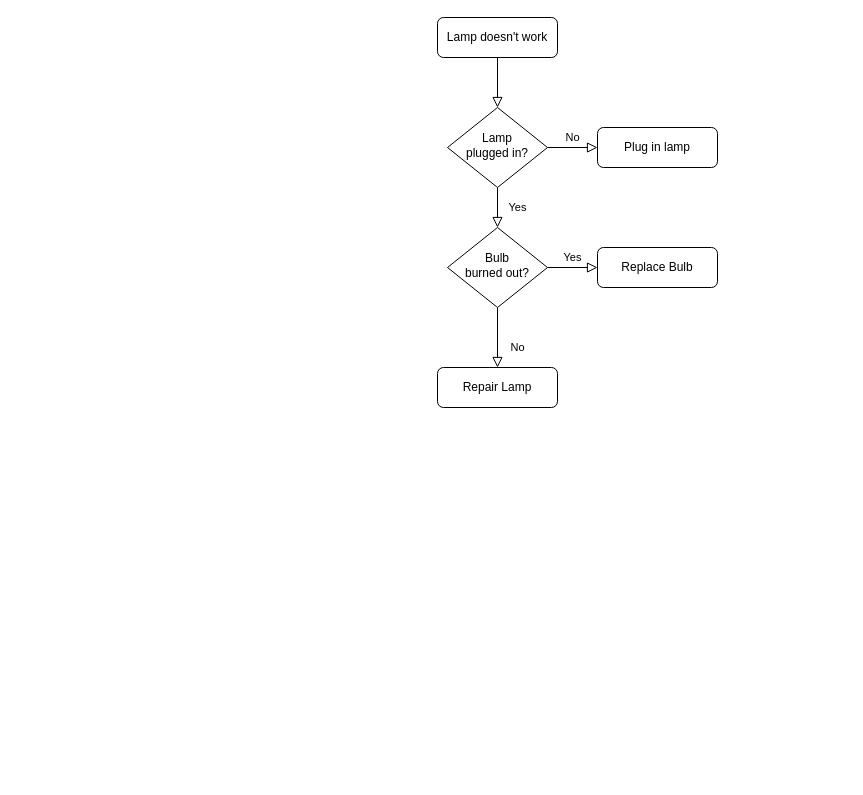
Before: Untitled Diagram.drawio in Teddir/Portofolio, a draw.io diagram. Source tidied: cells renumbered, new cells numbered last; positions are measured from the earlier drawing's top-left corner, leaving out a move shared by most shapes. Both pictures are drawn from the tidied source at 100%, with x=0, y=0 at pixel (437, 17).
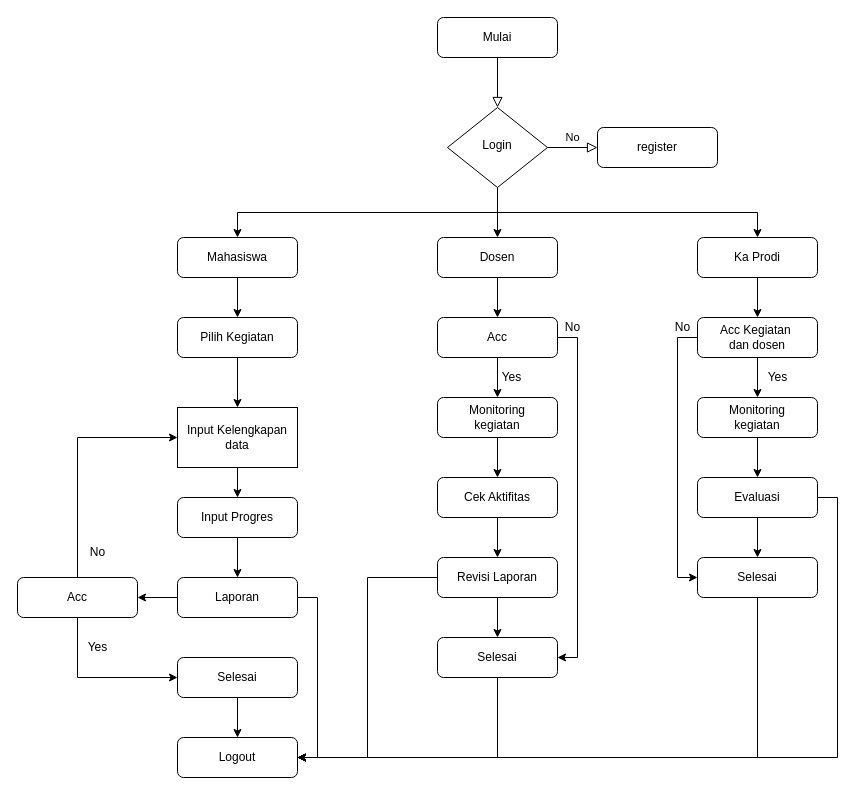
Above is the later version.

Commit message:
Update Flowcart_alkaf

The edit, as a diff of the source:
```diff
@@
-    <mxCell id="3" value="Lamp doesn't work" style="rounded=1;whiteSpace=wrap;html=1;fontSize=12;glass=0;strokeWidth=1;shadow=0;" parent="1" vertex="1">
+    <mxCell id="3" value="Mulai" style="rounded=1;whiteSpace=wrap;html=1;fontSize=12;glass=0;strokeWidth=1;shadow=0;" parent="1" vertex="1">
       <mxGeometry width="120" height="40" as="geometry" />
     </mxCell>
-    <mxCell id="4" value="Yes" style="rounded=0;html=1;jettySize=auto;fontSize=11;endArrow=block;endFill=0;endSize=8;strokeWidth=1;shadow=0;labelBackgroundColor=none;edgeStyle=orthogonalEdgeStyle;" parent="1" edge="1" source="6" target="10">
-      <mxGeometry y="20" relative="1" as="geometry" />
-    </mxCell>
@@
+    <mxCell id="13" style="edgeStyle=orthogonalEdgeStyle;rounded=0;jettySize=auto;html=1;exitX=0.5;exitY=1;exitDx=0;exitDy=0;entryX=0.5;entryY=0;entryDx=0;entryDy=0;" parent="1" edge="1" source="6" target="21">
+      <mxGeometry relative="1" as="geometry" />
+    </mxCell>
+    <mxCell id="14" style="edgeStyle=orthogonalEdgeStyle;rounded=0;jettySize=auto;html=1;exitX=0.5;exitY=1;exitDx=0;exitDy=0;entryX=0.5;entryY=0;entryDx=0;entryDy=0;" parent="1" edge="1" source="6" target="17">
+      <mxGeometry relative="1" as="geometry" />
+    </mxCell>
+    <mxCell id="15" style="edgeStyle=orthogonalEdgeStyle;rounded=0;jettySize=auto;html=1;exitX=0.5;exitY=1;exitDx=0;exitDy=0;entryX=0.5;entryY=0;entryDx=0;entryDy=0;" parent="1" edge="1" source="6" target="19">
+      <mxGeometry relative="1" as="geometry" />
+    </mxCell>
-    <mxCell id="6" value="Lamp&lt;br&gt;plugged in?" style="rhombus;whiteSpace=wrap;html=1;shadow=0;fontFamily=Helvetica;fontSize=12;align=center;strokeWidth=1;spacing=6;spacingTop=-4;" parent="1" vertex="1">
+    <mxCell id="6" value="Login" style="rhombus;whiteSpace=wrap;html=1;shadow=0;fontFamily=Helvetica;fontSize=12;align=center;strokeWidth=1;spacing=6;spacingTop=-4;" parent="1" vertex="1">
       <mxGeometry x="10" y="90" width="100" height="80" as="geometry" />
     </mxCell>
-    <mxCell id="7" value="Plug in lamp" style="rounded=1;whiteSpace=wrap;html=1;fontSize=12;glass=0;strokeWidth=1;shadow=0;" parent="1" vertex="1">
+    <mxCell id="7" value="register" style="rounded=1;whiteSpace=wrap;html=1;fontSize=12;glass=0;strokeWidth=1;shadow=0;" parent="1" vertex="1">
       <mxGeometry x="160" y="110" width="120" height="40" as="geometry" />
     </mxCell>
-    <mxCell id="8" value="No" style="rounded=0;html=1;jettySize=auto;fontSize=11;endArrow=block;endFill=0;endSize=8;strokeWidth=1;shadow=0;labelBackgroundColor=none;edgeStyle=orthogonalEdgeStyle;" parent="1" edge="1" source="10" target="11">
-      <mxGeometry x="0.33" y="20" relative="1" as="geometry" />
-    </mxCell>
-    <mxCell id="9" value="Yes" style="edgeStyle=orthogonalEdgeStyle;rounded=0;html=1;jettySize=auto;fontSize=11;endArrow=block;endFill=0;endSize=8;strokeWidth=1;shadow=0;labelBackgroundColor=none;" parent="1" edge="1" source="10" target="12">
-      <mxGeometry y="10" relative="1" as="geometry" />
-    </mxCell>
-    <mxCell id="10" value="Bulb&lt;br&gt;burned out?" style="rhombus;whiteSpace=wrap;html=1;shadow=0;fontFamily=Helvetica;fontSize=12;align=center;strokeWidth=1;spacing=6;spacingTop=-4;" parent="1" vertex="1">
-      <mxGeometry x="10" y="210" width="100" height="80" as="geometry" />
-    </mxCell>
-    <mxCell id="11" value="Repair Lamp" style="rounded=1;whiteSpace=wrap;html=1;fontSize=12;glass=0;strokeWidth=1;shadow=0;" parent="1" vertex="1">
-      <mxGeometry y="350" width="120" height="40" as="geometry" />
-    </mxCell>
-    <mxCell id="12" value="Replace Bulb" style="rounded=1;whiteSpace=wrap;html=1;fontSize=12;glass=0;strokeWidth=1;shadow=0;" parent="1" vertex="1">
-      <mxGeometry x="160" y="230" width="120" height="40" as="geometry" />
-    </mxCell>
+    <mxCell id="16" style="edgeStyle=orthogonalEdgeStyle;rounded=0;jettySize=auto;html=1;exitX=0.5;exitY=1;exitDx=0;exitDy=0;entryX=0.5;entryY=0;entryDx=0;entryDy=0;" parent="1" edge="1" source="17" target="23">
+      <mxGeometry relative="1" as="geometry" />
+    </mxCell>
+    <mxCell id="17" value="Mahasiswa" style="rounded=1;whiteSpace=wrap;html=1;" parent="1" vertex="1">
+      <mxGeometry x="-260" y="220" width="120" height="40" as="geometry" />
+    </mxCell>
+    <mxCell id="18" style="edgeStyle=orthogonalEdgeStyle;rounded=0;jettySize=auto;html=1;exitX=0.5;exitY=1;exitDx=0;exitDy=0;" parent="1" edge="1" source="19" target="54">
+      <mxGeometry relative="1" as="geometry" />
+    </mxCell>
+    <mxCell id="19" value="Ka Prodi" style="rounded=1;whiteSpace=wrap;html=1;" parent="1" vertex="1">
+      <mxGeometry x="260" y="220" width="120" height="40" as="geometry" />
+    </mxCell>
+    <mxCell id="20" style="edgeStyle=orthogonalEdgeStyle;rounded=0;jettySize=auto;html=1;exitX=0.5;exitY=1;exitDx=0;exitDy=0;entryX=0.5;entryY=0;entryDx=0;entryDy=0;" parent="1" edge="1" source="21" target="41">
+      <mxGeometry relative="1" as="geometry" />
+    </mxCell>
+    <mxCell id="21" value="Dosen" style="rounded=1;whiteSpace=wrap;html=1;" parent="1" vertex="1">
+      <mxGeometry y="220" width="120" height="40" as="geometry" />
+    </mxCell>
+    <mxCell id="22" style="edgeStyle=orthogonalEdgeStyle;rounded=0;jettySize=auto;html=1;exitX=0.5;exitY=1;exitDx=0;exitDy=0;entryX=0.5;entryY=0;entryDx=0;entryDy=0;" parent="1" edge="1" source="23" target="25">
+      <mxGeometry relative="1" as="geometry" />
+    </mxCell>
+    <mxCell id="23" value="Pilih Kegiatan" style="rounded=1;whiteSpace=wrap;html=1;" parent="1" vertex="1">
+      <mxGeometry x="-260" y="300" width="120" height="40" as="geometry" />
+    </mxCell>
+    <mxCell id="24" style="edgeStyle=orthogonalEdgeStyle;rounded=0;jettySize=auto;html=1;exitX=0.5;exitY=1;exitDx=0;exitDy=0;entryX=0.5;entryY=0;entryDx=0;entryDy=0;" parent="1" edge="1" source="25" target="30">
+      <mxGeometry relative="1" as="geometry" />
+    </mxCell>
+    <mxCell id="25" value="Input Kelengkapan data" style="rounded=0;whiteSpace=wrap;html=1;" parent="1" vertex="1">
+      <mxGeometry x="-260" y="390" width="120" height="60" as="geometry" />
+    </mxCell>
+    <mxCell id="26" style="edgeStyle=orthogonalEdgeStyle;rounded=0;jettySize=auto;html=1;exitX=0.5;exitY=0;exitDx=0;exitDy=0;entryX=0;entryY=0.5;entryDx=0;entryDy=0;" parent="1" edge="1" source="28" target="25">
+      <mxGeometry relative="1" as="geometry" />
+    </mxCell>
+    <mxCell id="27" style="edgeStyle=orthogonalEdgeStyle;rounded=0;jettySize=auto;html=1;exitX=0.5;exitY=1;exitDx=0;exitDy=0;entryX=0;entryY=0.5;entryDx=0;entryDy=0;" parent="1" edge="1" source="28" target="35">
+      <mxGeometry relative="1" as="geometry" />
+    </mxCell>
+    <mxCell id="28" value="Acc" style="rounded=1;whiteSpace=wrap;html=1;" parent="1" vertex="1">
+      <mxGeometry x="-420" y="560" width="120" height="40" as="geometry" />
+    </mxCell>
+    <mxCell id="29" style="edgeStyle=orthogonalEdgeStyle;rounded=0;jettySize=auto;html=1;exitX=0.5;exitY=1;exitDx=0;exitDy=0;entryX=0.5;entryY=0;entryDx=0;entryDy=0;" parent="1" edge="1" source="30" target="33">
+      <mxGeometry relative="1" as="geometry" />
+    </mxCell>
+    <mxCell id="30" value="Input Progres" style="rounded=1;whiteSpace=wrap;html=1;" parent="1" vertex="1">
+      <mxGeometry x="-260" y="480" width="120" height="40" as="geometry" />
+    </mxCell>
+    <mxCell id="31" style="edgeStyle=orthogonalEdgeStyle;rounded=0;jettySize=auto;html=1;exitX=0;exitY=0.5;exitDx=0;exitDy=0;entryX=1;entryY=0.5;entryDx=0;entryDy=0;" parent="1" edge="1" source="33" target="28">
+      <mxGeometry relative="1" as="geometry" />
+    </mxCell>
+    <mxCell id="32" style="edgeStyle=orthogonalEdgeStyle;rounded=0;jettySize=auto;html=1;exitX=1;exitY=0.5;exitDx=0;exitDy=0;entryX=1;entryY=0.5;entryDx=0;entryDy=0;" parent="1" edge="1" source="33" target="38">
+      <mxGeometry relative="1" as="geometry" />
+    </mxCell>
+    <mxCell id="33" value="Laporan" style="rounded=1;whiteSpace=wrap;html=1;" parent="1" vertex="1">
+      <mxGeometry x="-260" y="560" width="120" height="40" as="geometry" />
+    </mxCell>
+    <mxCell id="34" style="edgeStyle=orthogonalEdgeStyle;rounded=0;jettySize=auto;html=1;exitX=0.5;exitY=1;exitDx=0;exitDy=0;entryX=0.5;entryY=0;entryDx=0;entryDy=0;" parent="1" edge="1" source="35" target="38">
+      <mxGeometry relative="1" as="geometry" />
+    </mxCell>
+    <mxCell id="35" value="Selesai" style="rounded=1;whiteSpace=wrap;html=1;" parent="1" vertex="1">
+      <mxGeometry x="-260" y="640" width="120" height="40" as="geometry" />
+    </mxCell>
+    <mxCell id="36" value="No" style="text;html=1;align=center;verticalAlign=middle;strokeColor=none;" parent="1" vertex="1">
+      <mxGeometry x="-355" y="525" width="30" height="20" as="geometry" />
+    </mxCell>
+    <mxCell id="37" value="Yes" style="text;html=1;align=center;verticalAlign=middle;strokeColor=none;" parent="1" vertex="1">
+      <mxGeometry x="-360" y="620" width="40" height="20" as="geometry" />
+    </mxCell>
+    <mxCell id="38" value="Logout" style="rounded=1;whiteSpace=wrap;html=1;" parent="1" vertex="1">
+      <mxGeometry x="-260" y="720" width="120" height="40" as="geometry" />
+    </mxCell>
+    <mxCell id="39" style="edgeStyle=orthogonalEdgeStyle;rounded=0;jettySize=auto;html=1;exitX=0.5;exitY=1;exitDx=0;exitDy=0;entryX=0.5;entryY=0;entryDx=0;entryDy=0;" parent="1" edge="1" source="41" target="43">
+      <mxGeometry relative="1" as="geometry" />
+    </mxCell>
+    <mxCell id="40" style="edgeStyle=orthogonalEdgeStyle;rounded=0;jettySize=auto;html=1;exitX=1;exitY=0.5;exitDx=0;exitDy=0;entryX=1;entryY=0.5;entryDx=0;entryDy=0;" parent="1" edge="1" source="41" target="50">
+      <mxGeometry relative="1" as="geometry" />
+    </mxCell>
+    <mxCell id="41" value="Acc" style="rounded=1;whiteSpace=wrap;html=1;" parent="1" vertex="1">
+      <mxGeometry y="300" width="120" height="40" as="geometry" />
+    </mxCell>
+    <mxCell id="42" style="edgeStyle=orthogonalEdgeStyle;rounded=0;jettySize=auto;html=1;exitX=0.5;exitY=1;exitDx=0;exitDy=0;entryX=0.5;entryY=0;entryDx=0;entryDy=0;" parent="1" edge="1" source="43" target="45">
+      <mxGeometry relative="1" as="geometry" />
+    </mxCell>
+    <mxCell id="43" value="Monitoring&lt;br&gt;kegiatan" style="rounded=1;whiteSpace=wrap;html=1;" parent="1" vertex="1">
+      <mxGeometry y="380" width="120" height="40" as="geometry" />
+    </mxCell>
+    <mxCell id="44" style="edgeStyle=orthogonalEdgeStyle;rounded=0;jettySize=auto;html=1;exitX=0.5;exitY=1;exitDx=0;exitDy=0;entryX=0.5;entryY=0;entryDx=0;entryDy=0;" parent="1" edge="1" source="45" target="48">
+      <mxGeometry relative="1" as="geometry" />
+    </mxCell>
+    <mxCell id="45" value="Cek Aktifitas" style="rounded=1;whiteSpace=wrap;html=1;" parent="1" vertex="1">
+      <mxGeometry y="460" width="120" height="40" as="geometry" />
+    </mxCell>
+    <mxCell id="46" style="edgeStyle=orthogonalEdgeStyle;rounded=0;jettySize=auto;html=1;exitX=0.5;exitY=1;exitDx=0;exitDy=0;entryX=0.5;entryY=0;entryDx=0;entryDy=0;" parent="1" edge="1" source="48" target="50">
+      <mxGeometry relative="1" as="geometry" />
+    </mxCell>
+    <mxCell id="47" style="edgeStyle=orthogonalEdgeStyle;rounded=0;jettySize=auto;html=1;exitX=0;exitY=0.5;exitDx=0;exitDy=0;entryX=1;entryY=0.5;entryDx=0;entryDy=0;" parent="1" edge="1" source="48" target="38">
+      <mxGeometry relative="1" as="geometry" />
+    </mxCell>
+    <mxCell id="48" value="Revisi Laporan" style="rounded=1;whiteSpace=wrap;html=1;" parent="1" vertex="1">
+      <mxGeometry y="540" width="120" height="40" as="geometry" />
+    </mxCell>
+    <mxCell id="49" style="edgeStyle=orthogonalEdgeStyle;rounded=0;jettySize=auto;html=1;exitX=0.5;exitY=1;exitDx=0;exitDy=0;entryX=1;entryY=0.5;entryDx=0;entryDy=0;" parent="1" edge="1" source="50" target="38">
+      <mxGeometry relative="1" as="geometry" />
+    </mxCell>
+    <mxCell id="50" value="Selesai" style="rounded=1;whiteSpace=wrap;html=1;" parent="1" vertex="1">
+      <mxGeometry y="620" width="120" height="40" as="geometry" />
+    </mxCell>
+    <mxCell id="51" value="Yes" style="text;html=1;align=center;verticalAlign=middle;strokeColor=none;" parent="1" vertex="1">
+      <mxGeometry x="54" y="350" width="40" height="20" as="geometry" />
+    </mxCell>
+    <mxCell id="52" style="edgeStyle=orthogonalEdgeStyle;rounded=0;jettySize=auto;html=1;exitX=0.5;exitY=1;exitDx=0;exitDy=0;entryX=0.5;entryY=0;entryDx=0;entryDy=0;" parent="1" edge="1" source="54" target="56">
+      <mxGeometry relative="1" as="geometry" />
+    </mxCell>
+    <mxCell id="53" style="edgeStyle=orthogonalEdgeStyle;rounded=0;jettySize=auto;html=1;exitX=0;exitY=0.5;exitDx=0;exitDy=0;entryX=0;entryY=0.5;entryDx=0;entryDy=0;" parent="1" edge="1" source="54" target="61">
+      <mxGeometry relative="1" as="geometry" />
+    </mxCell>
+    <mxCell id="54" value="Acc Kegiatan&amp;nbsp;&lt;br&gt;dan dosen" style="rounded=1;whiteSpace=wrap;html=1;" parent="1" vertex="1">
+      <mxGeometry x="260" y="300" width="120" height="40" as="geometry" />
+    </mxCell>
+    <mxCell id="55" style="edgeStyle=orthogonalEdgeStyle;rounded=0;jettySize=auto;html=1;exitX=0.5;exitY=1;exitDx=0;exitDy=0;" parent="1" edge="1" source="56" target="59">
+      <mxGeometry relative="1" as="geometry" />
+    </mxCell>
+    <mxCell id="56" value="Monitoring&lt;br&gt;kegiatan" style="rounded=1;whiteSpace=wrap;html=1;" parent="1" vertex="1">
+      <mxGeometry x="260" y="380" width="120" height="40" as="geometry" />
+    </mxCell>
+    <mxCell id="57" style="edgeStyle=orthogonalEdgeStyle;rounded=0;jettySize=auto;html=1;exitX=0.5;exitY=1;exitDx=0;exitDy=0;entryX=0.5;entryY=0;entryDx=0;entryDy=0;" parent="1" edge="1" source="59" target="61">
+      <mxGeometry relative="1" as="geometry" />
+    </mxCell>
+    <mxCell id="58" style="edgeStyle=orthogonalEdgeStyle;rounded=0;jettySize=auto;html=1;exitX=1;exitY=0.5;exitDx=0;exitDy=0;entryX=1;entryY=0.5;entryDx=0;entryDy=0;" parent="1" edge="1" source="59" target="38">
+      <mxGeometry relative="1" as="geometry" />
+    </mxCell>
+    <mxCell id="59" value="Evaluasi" style="rounded=1;whiteSpace=wrap;html=1;" parent="1" vertex="1">
+      <mxGeometry x="260" y="460" width="120" height="40" as="geometry" />
+    </mxCell>
+    <mxCell id="60" style="edgeStyle=orthogonalEdgeStyle;rounded=0;jettySize=auto;html=1;exitX=0.5;exitY=1;exitDx=0;exitDy=0;entryX=1;entryY=0.5;entryDx=0;entryDy=0;" parent="1" edge="1" source="61" target="38">
+      <mxGeometry relative="1" as="geometry" />
+    </mxCell>
+    <mxCell id="61" value="Selesai" style="rounded=1;whiteSpace=wrap;html=1;" parent="1" vertex="1">
+      <mxGeometry x="260" y="540" width="120" height="40" as="geometry" />
+    </mxCell>
+    <mxCell id="62" value="Yes" style="text;html=1;align=center;verticalAlign=middle;strokeColor=none;" parent="1" vertex="1">
+      <mxGeometry x="320" y="350" width="40" height="20" as="geometry" />
+    </mxCell>
+    <mxCell id="63" value="No" style="text;html=1;align=center;verticalAlign=middle;strokeColor=none;" parent="1" vertex="1">
+      <mxGeometry x="230" y="300" width="30" height="20" as="geometry" />
+    </mxCell>
+    <mxCell id="64" value="No" style="text;html=1;align=center;verticalAlign=middle;strokeColor=none;" parent="1" vertex="1">
+      <mxGeometry x="120" y="300" width="30" height="20" as="geometry" />
+    </mxCell>
```
